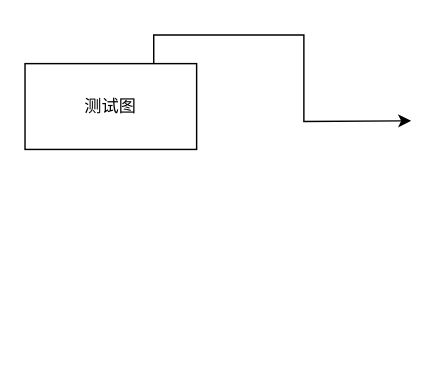
This is 未命名绘图.drawio from TTK2xx/drawio, a draw.io file, before an edit. Source tidied: cells renumbered, new cells numbered last; positions are measured from the earlier drawing's top-left corner, leaving out a move shared by most shapes. Both pictures are drawn from the tidied source at 143%, with x=0, y=0 at pixel (24, 63).
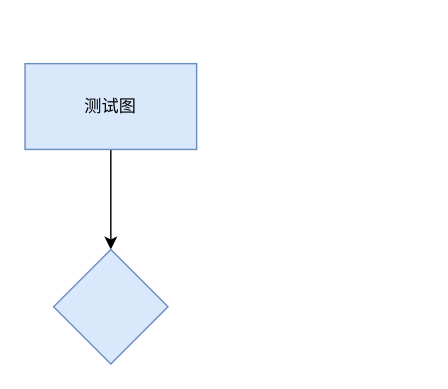
The same page after the edit.

Commit message:
更新未命名绘图.drawio

The edit, as a diff of the source:
```diff
@@
 <mxGraphModel>
   <root>
     <mxCell id="0" />
     <mxCell id="1" parent="0" />
-    <mxCell id="2" style="edgeStyle=orthogonalEdgeStyle;rounded=0;jettySize=auto;html=1;exitX=0.75;exitY=0;exitDx=0;exitDy=0;" parent="1" edge="1" source="3">
-      <mxGeometry relative="1" as="geometry">
-        <mxPoint x="270" y="40" as="targetPoint" />
-      </mxGeometry>
-    </mxCell>
+    <mxCell id="4" style="edgeStyle=orthogonalEdgeStyle;rounded=0;jettySize=auto;html=1;" parent="1" edge="1" source="3" target="5">
+      <mxGeometry relative="1" as="geometry" />
+    </mxCell>
-    <mxCell id="3" value="测试图" style="rounded=0;whiteSpace=wrap;html=1;" parent="1" vertex="1">
+    <mxCell id="3" value="测试图" style="rounded=0;whiteSpace=wrap;html=1;fillColor=#dae8fc;strokeColor=#6c8ebf;" parent="1" vertex="1">
       <mxGeometry width="120" height="60" as="geometry" />
     </mxCell>
+    <mxCell id="5" style="rhombus;whiteSpace=wrap;html=1;fillColor=#dae8fc;strokeColor=#6c8ebf;rounded=0;" parent="1" vertex="1">
+      <mxGeometry x="20" y="130" width="80" height="80" as="geometry" />
+    </mxCell>
   </root>
 </mxGraphModel>
```
